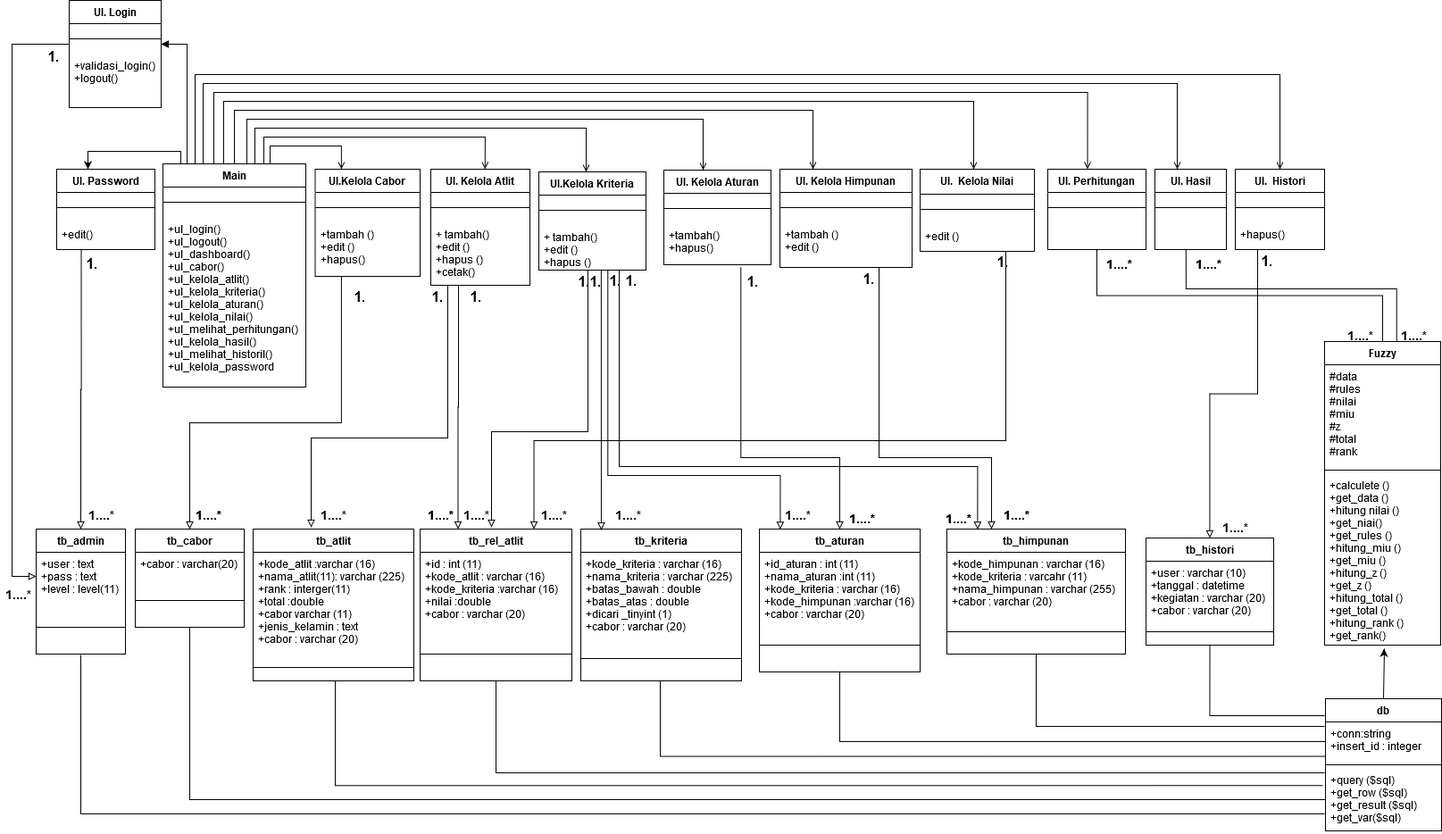
Earlier version of the draw.io export Untitled Diagram.png (NuriCandrawati/nuri-resolusi). Source tidied: cells renumbered, new cells last; positions are measured from the earlier drawing's top-left corner, leaving out a move shared by most shapes.
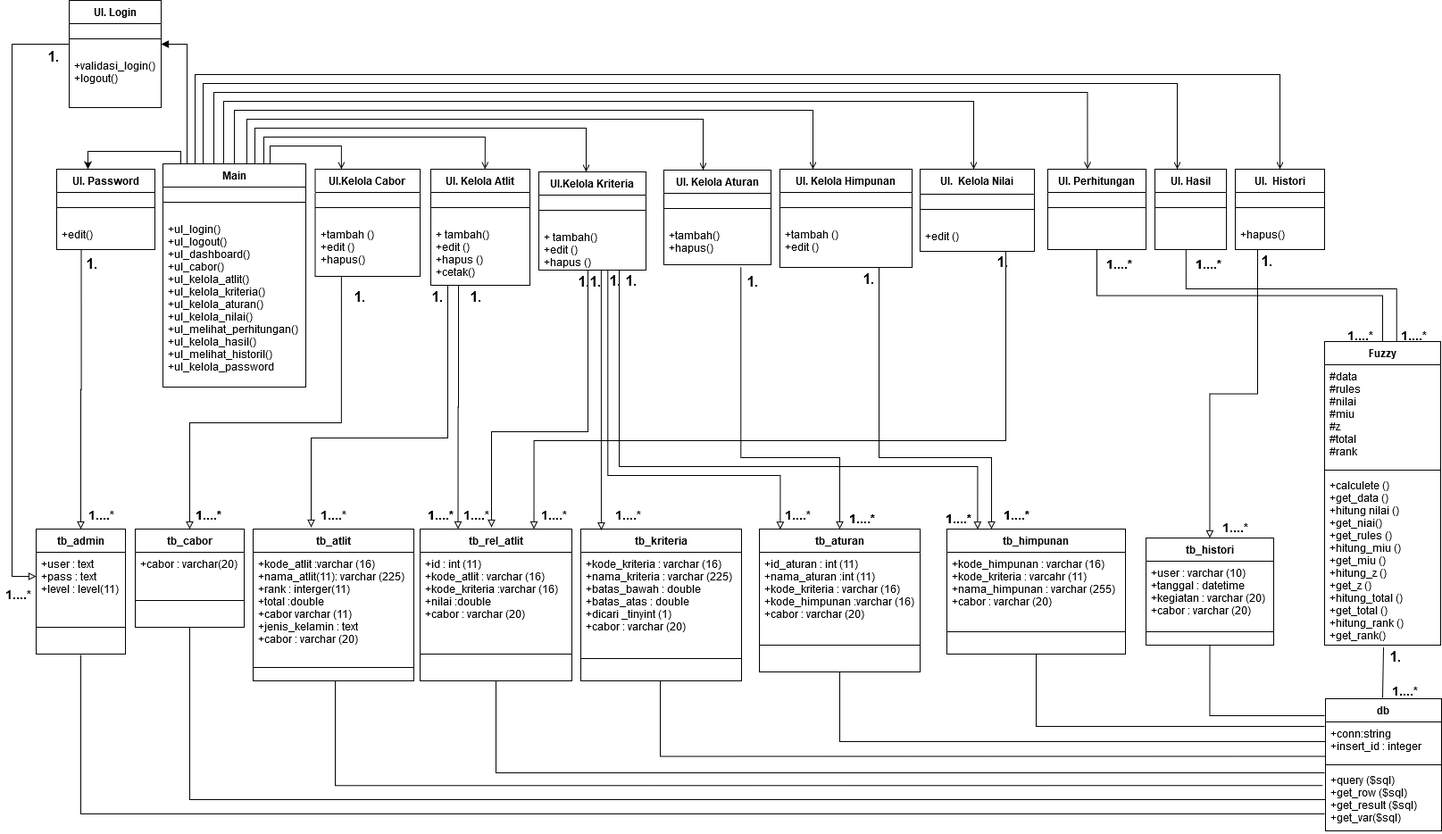
The same file after the commit.

What changed in the source:
```diff
@@ -405,11 +405,13 @@
     <mxCell id="87" value="+calculete ()&#10;+get_data ()&#10;+hitung nilai ()&#10;+get_niai()&#10;+get_rules ()&#10;+hitung_miu ()&#10;+get_miu ()&#10;+hitung_z ()&#10;+get_z ()&#10;+hitung_total ()&#10;+get_total ()&#10;+hitung_rank ()&#10;+get_rank()&#10;" style="text;strokeColor=none;fillColor=none;align=left;verticalAlign=top;spacingLeft=4;spacingRight=4;overflow=hidden;points=[[0,0.5],[1,0.5]];portConstraint=eastwest;" parent="84" vertex="1">
       <mxGeometry y="148" width="130" height="192" as="geometry" />
     </mxCell>
-    <mxCell id="88" style="edgeStyle=orthogonalEdgeStyle;rounded=0;jettySize=auto;html=1;exitX=0.5;exitY=0;exitDx=0;exitDy=0;entryX=0.512;entryY=1.021;entryDx=0;entryDy=0;entryPerimeter=0;" parent="1" edge="1" source="89" target="87">
+    <mxCell id="88" style="edgeStyle=orthogonalEdgeStyle;rounded=0;orthogonalLoop=1;jettySize=auto;html=1;exitX=0.5;exitY=0;exitDx=0;exitDy=0;entryX=0.512;entryY=1.021;entryDx=0;entryDy=0;entryPerimeter=0;endArrow=none;endFill=0;" parent="1" edge="1">
       <mxGeometry relative="1" as="geometry">
+        <mxPoint x="1548" y="781" as="sourcePoint" />
+        <mxPoint x="1548.6" y="725" as="targetPoint" />
         <Array as="points">
-          <mxPoint x="1550" y="782" />
-          <mxPoint x="1550" y="726" />
+          <mxPoint x="1549" y="781" />
+          <mxPoint x="1549" y="725" />
         </Array>
       </mxGeometry>
     </mxCell>
@@ -588,5 +590,11 @@
     <mxCell id="141" value="&lt;font style=&quot;font-size: 24px&quot;&gt;&lt;b&gt;&lt;font style=&quot;font-size: 14px&quot;&gt;1....*&lt;/font&gt;&lt;/b&gt;&lt;/font&gt;" style="text;html=1;strokeColor=none;fillColor=none;align=center;verticalAlign=middle;whiteSpace=wrap;rounded=0;" parent="1" vertex="1">
       <mxGeometry y="652" width="40" height="20" as="geometry" />
     </mxCell>
+    <mxCell id="142" value="&lt;font style=&quot;font-size: 24px&quot;&gt;&lt;b&gt;&lt;font style=&quot;font-size: 14px&quot;&gt;&lt;font size=&quot;3&quot;&gt;1&lt;/font&gt;.&lt;/font&gt;&lt;/b&gt;&lt;/font&gt;" style="text;html=1;strokeColor=none;fillColor=none;align=center;verticalAlign=middle;whiteSpace=wrap;rounded=0;" parent="1" vertex="1">
+      <mxGeometry x="1543" y="722" width="40" height="20" as="geometry" />
+    </mxCell>
+    <mxCell id="143" value="&lt;font style=&quot;font-size: 24px&quot;&gt;&lt;b&gt;&lt;font style=&quot;font-size: 14px&quot;&gt;1....*&lt;/font&gt;&lt;/b&gt;&lt;/font&gt;" style="text;html=1;strokeColor=none;fillColor=none;align=center;verticalAlign=middle;whiteSpace=wrap;rounded=0;" parent="1" vertex="1">
+      <mxGeometry x="1553" y="760" width="40" height="20" as="geometry" />
+    </mxCell>
   </root>
 </mxGraphModel>
```
